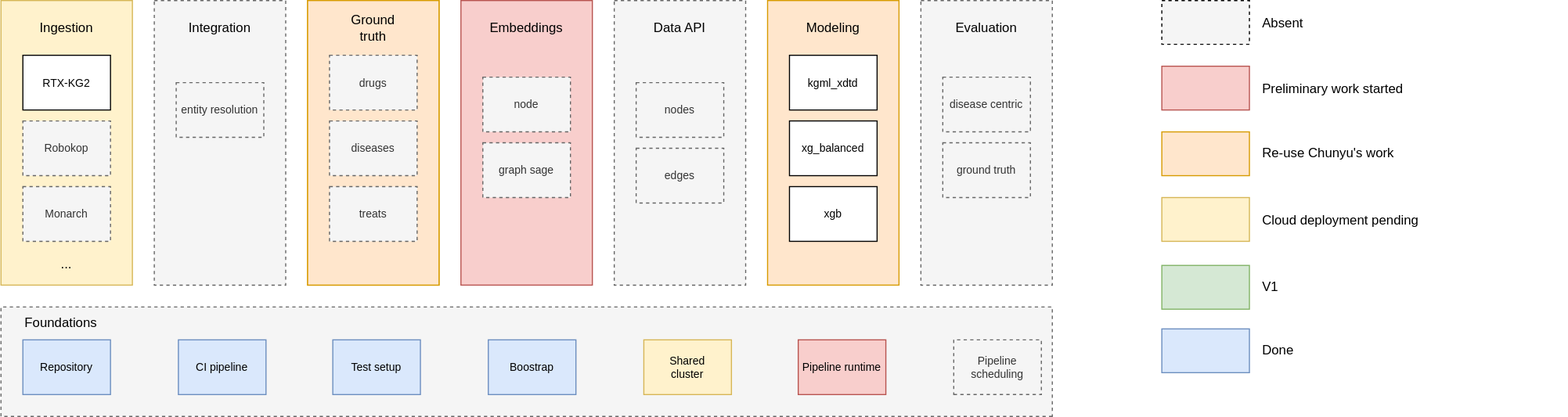
Before: docs/src/assets/img/status.drawio.svg, a diagram exported from draw.io (everycure-org/matrix). Source tidied: cells renumbered, new cells last; positions are measured from the earlier drawing's top-left corner, leaving out a move shared by most shapes.
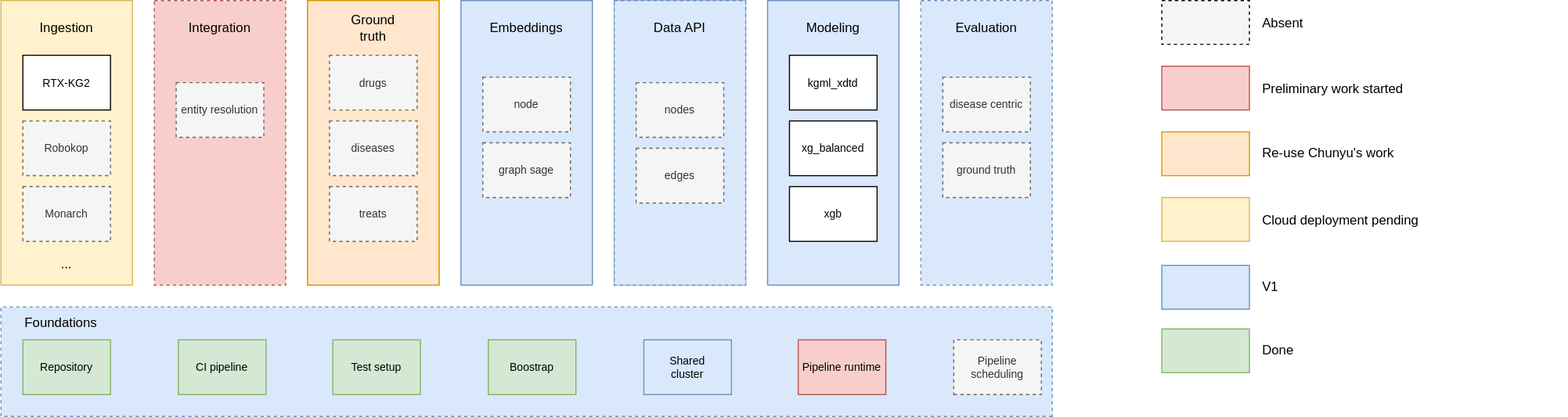
The same diagram one commit later.

Commit message:
updated status drawing

Change to the diagram source:
```diff
@@ -2,7 +2,7 @@
   <root>
     <mxCell id="0" />
     <mxCell id="1" parent="0" />
-    <mxCell id="2" style="rounded=0;whiteSpace=wrap;html=1;fillColor=#f5f5f5;strokeColor=#666666;flipH=1;flipV=1;fontColor=#333333;dashed=1;" parent="1" vertex="1">
+    <mxCell id="2" style="rounded=0;whiteSpace=wrap;html=1;fillColor=#dae8fc;strokeColor=#6c8ebf;flipH=1;flipV=1;dashed=1;" parent="1" vertex="1">
       <mxGeometry y="280" width="960" height="100" as="geometry" />
     </mxCell>
     <mxCell id="3" style="rounded=0;whiteSpace=wrap;html=1;fillColor=#fff2cc;strokeColor=#d6b656;" parent="1" vertex="1">
@@ -23,25 +23,25 @@
     <mxCell id="8" value="Monarch" style="rounded=0;whiteSpace=wrap;html=1;fillColor=#f5f5f5;strokeColor=#666666;fontColor=#333333;fontSize=10;dashed=1;" parent="1" vertex="1">
       <mxGeometry x="20" y="170" width="80" height="50" as="geometry" />
     </mxCell>
-    <mxCell id="9" style="rounded=0;whiteSpace=wrap;html=1;fillColor=#f5f5f5;fontColor=#333333;strokeColor=#666666;dashed=1;" parent="1" vertex="1">
+    <mxCell id="9" style="rounded=0;whiteSpace=wrap;html=1;fillColor=#f8cecc;strokeColor=#b85450;dashed=1;" parent="1" vertex="1">
       <mxGeometry x="140" width="120" height="260" as="geometry" />
     </mxCell>
     <mxCell id="10" value="Integration" style="text;html=1;align=center;verticalAlign=middle;whiteSpace=wrap;rounded=0;" parent="1" vertex="1">
       <mxGeometry x="170" y="10" width="60" height="30" as="geometry" />
     </mxCell>
-    <mxCell id="11" style="rounded=0;whiteSpace=wrap;html=1;fillColor=#f8cecc;strokeColor=#b85450;" parent="1" vertex="1">
+    <mxCell id="11" style="rounded=0;whiteSpace=wrap;html=1;fillColor=#dae8fc;strokeColor=#6c8ebf;" parent="1" vertex="1">
       <mxGeometry x="420" width="120" height="260" as="geometry" />
     </mxCell>
     <mxCell id="12" value="Embeddings" style="text;html=1;align=center;verticalAlign=middle;whiteSpace=wrap;rounded=0;" parent="1" vertex="1">
       <mxGeometry x="450" y="10" width="60" height="30" as="geometry" />
     </mxCell>
-    <mxCell id="13" style="rounded=0;whiteSpace=wrap;html=1;fillColor=#ffe6cc;strokeColor=#d79b00;" parent="1" vertex="1">
+    <mxCell id="13" style="rounded=0;whiteSpace=wrap;html=1;fillColor=#dae8fc;strokeColor=#6c8ebf;" parent="1" vertex="1">
       <mxGeometry x="700" width="120" height="260" as="geometry" />
     </mxCell>
     <mxCell id="14" value="Modeling" style="text;html=1;align=center;verticalAlign=middle;whiteSpace=wrap;rounded=0;" parent="1" vertex="1">
       <mxGeometry x="730" y="10" width="60" height="30" as="geometry" />
     </mxCell>
-    <mxCell id="15" style="rounded=0;whiteSpace=wrap;html=1;fillColor=#f5f5f5;fontColor=#333333;strokeColor=#666666;dashed=1;" parent="1" vertex="1">
+    <mxCell id="15" style="rounded=0;whiteSpace=wrap;html=1;fillColor=#dae8fc;strokeColor=#6c8ebf;dashed=1;" parent="1" vertex="1">
       <mxGeometry x="840" width="120" height="260" as="geometry" />
     </mxCell>
     <mxCell id="16" value="Evaluation" style="text;html=1;align=center;verticalAlign=middle;whiteSpace=wrap;rounded=0;" parent="1" vertex="1">
@@ -86,7 +86,7 @@
     <mxCell id="29" value="ground truth" style="rounded=0;whiteSpace=wrap;html=1;fillColor=#f5f5f5;strokeColor=#666666;fontColor=#333333;fontSize=10;dashed=1;" parent="1" vertex="1">
       <mxGeometry x="860" y="130" width="80" height="50" as="geometry" />
     </mxCell>
-    <mxCell id="30" style="rounded=0;whiteSpace=wrap;html=1;fillColor=#d5e8d4;strokeColor=#82b366;" parent="1" vertex="1">
+    <mxCell id="30" style="rounded=0;whiteSpace=wrap;html=1;fillColor=#dae8fc;strokeColor=#6c8ebf;" parent="1" vertex="1">
       <mxGeometry x="1060" y="242" width="80" height="40" as="geometry" />
     </mxCell>
     <mxCell id="31" value="V1&amp;nbsp;" style="text;html=1;align=left;verticalAlign=middle;whiteSpace=wrap;rounded=0;" parent="1" vertex="1">
@@ -101,10 +101,10 @@
     <mxCell id="34" value="Absent" style="text;html=1;align=left;verticalAlign=middle;whiteSpace=wrap;rounded=0;" parent="1" vertex="1">
       <mxGeometry x="1150" y="6" width="112" height="30" as="geometry" />
     </mxCell>
-    <mxCell id="35" value="Boostrap" style="rounded=0;whiteSpace=wrap;html=1;fontSize=10;flipH=0;flipV=1;fillColor=#dae8fc;strokeColor=#6c8ebf;" parent="1" vertex="1">
+    <mxCell id="35" value="Boostrap" style="rounded=0;whiteSpace=wrap;html=1;fontSize=10;flipH=0;flipV=1;fillColor=#d5e8d4;strokeColor=#82b366;" parent="1" vertex="1">
       <mxGeometry x="445" y="310" width="80" height="50" as="geometry" />
     </mxCell>
-    <mxCell id="36" value="Shared&amp;nbsp;&lt;div&gt;cluster&lt;/div&gt;" style="rounded=0;whiteSpace=wrap;html=1;fontSize=10;flipH=0;flipV=1;fillColor=#fff2cc;strokeColor=#d6b656;" parent="1" vertex="1">
+    <mxCell id="36" value="Shared&amp;nbsp;&lt;div&gt;cluster&lt;/div&gt;" style="rounded=0;whiteSpace=wrap;html=1;fontSize=10;flipH=0;flipV=1;fillColor=#dae8fc;strokeColor=#6c8ebf;" parent="1" vertex="1">
       <mxGeometry x="587" y="310" width="80" height="50" as="geometry" />
     </mxCell>
     <mxCell id="37" value="Pipeline runtime" style="rounded=0;whiteSpace=wrap;html=1;fontSize=10;flipH=0;flipV=1;fillColor=#f8cecc;strokeColor=#b85450;" parent="1" vertex="1">
@@ -116,34 +116,22 @@
     <mxCell id="39" value="Foundations" style="text;html=1;align=center;verticalAlign=middle;whiteSpace=wrap;rounded=0;" parent="1" vertex="1">
       <mxGeometry x="10" y="280" width="90" height="30" as="geometry" />
     </mxCell>
-    <mxCell id="40" value="Repository" style="rounded=0;whiteSpace=wrap;html=1;fontSize=10;flipH=0;flipV=1;fillColor=#dae8fc;strokeColor=#6c8ebf;" parent="1" vertex="1">
+    <mxCell id="40" value="Repository" style="rounded=0;whiteSpace=wrap;html=1;fontSize=10;flipH=0;flipV=1;fillColor=#d5e8d4;strokeColor=#82b366;" parent="1" vertex="1">
       <mxGeometry x="20" y="310" width="80" height="50" as="geometry" />
     </mxCell>
-    <mxCell id="41" value="CI pipeline" style="rounded=0;whiteSpace=wrap;html=1;fontSize=10;flipH=0;flipV=1;fillColor=#dae8fc;strokeColor=#6c8ebf;" parent="1" vertex="1">
+    <mxCell id="41" value="CI pipeline" style="rounded=0;whiteSpace=wrap;html=1;fontSize=10;flipH=0;flipV=1;fillColor=#d5e8d4;strokeColor=#82b366;" parent="1" vertex="1">
       <mxGeometry x="162" y="310" width="80" height="50" as="geometry" />
     </mxCell>
-    <mxCell id="42" value="Test setup" style="rounded=0;whiteSpace=wrap;html=1;fontSize=10;flipH=0;flipV=1;fillColor=#dae8fc;strokeColor=#6c8ebf;" parent="1" vertex="1">
+    <mxCell id="42" value="Test setup" style="rounded=0;whiteSpace=wrap;html=1;fontSize=10;flipH=0;flipV=1;fillColor=#d5e8d4;strokeColor=#82b366;" parent="1" vertex="1">
       <mxGeometry x="303" y="310" width="80" height="50" as="geometry" />
     </mxCell>
-    <mxCell id="43" style="group;" parent="1" vertex="1">
+    <mxCell id="43" style="group;fillColor=#dae8fc;strokeColor=#6c8ebf;" parent="1" vertex="1">
       <mxGeometry x="560" width="120" height="260" as="geometry" />
     </mxCell>
-    <mxCell id="44" style="rounded=0;whiteSpace=wrap;html=1;fillColor=#f5f5f5;fontColor=#333333;strokeColor=#666666;dashed=1;" parent="43" vertex="1">
-      <mxGeometry width="120" height="260" as="geometry" />
-    </mxCell>
-    <mxCell id="45" value="Data API" style="text;html=1;align=center;verticalAlign=middle;whiteSpace=wrap;rounded=0;" parent="43" vertex="1">
-      <mxGeometry x="30" y="10" width="60" height="30" as="geometry" />
-    </mxCell>
-    <mxCell id="46" value="nodes" style="rounded=0;whiteSpace=wrap;html=1;fillColor=#f5f5f5;strokeColor=#666666;fontColor=#333333;fontSize=10;dashed=1;" parent="43" vertex="1">
-      <mxGeometry x="20" y="75" width="80" height="50" as="geometry" />
-    </mxCell>
-    <mxCell id="47" value="edges" style="rounded=0;whiteSpace=wrap;html=1;fillColor=#f5f5f5;strokeColor=#666666;fontColor=#333333;fontSize=10;dashed=1;" parent="43" vertex="1">
-      <mxGeometry x="20" y="135" width="80" height="50" as="geometry" />
-    </mxCell>
     <mxCell id="48" style="group;fillColor=default;strokeColor=#d79b00;" parent="1" vertex="1">
       <mxGeometry x="280" width="120" height="260" as="geometry" />
     </mxCell>
-    <mxCell id="49" style="rounded=0;whiteSpace=wrap;html=1;fillColor=#dae8fc;strokeColor=#6c8ebf;" parent="1" vertex="1">
+    <mxCell id="49" style="rounded=0;whiteSpace=wrap;html=1;fillColor=#d5e8d4;strokeColor=#82b366;" parent="1" vertex="1">
       <mxGeometry x="1060" y="300" width="80" height="40" as="geometry" />
     </mxCell>
     <mxCell id="50" value="Done" style="text;html=1;align=left;verticalAlign=middle;whiteSpace=wrap;rounded=0;" parent="1" vertex="1">
@@ -164,5 +152,17 @@
     <mxCell id="55" value="diseases" style="rounded=0;whiteSpace=wrap;html=1;fillColor=#f5f5f5;strokeColor=#666666;fontColor=#333333;fontSize=10;dashed=1;" parent="1" vertex="1">
       <mxGeometry x="300" y="110" width="80" height="50" as="geometry" />
     </mxCell>
+    <mxCell id="44" style="rounded=0;whiteSpace=wrap;html=1;fillColor=#dae8fc;strokeColor=#6c8ebf;dashed=1;" parent="1" vertex="1">
+      <mxGeometry x="560" width="120" height="260" as="geometry" />
+    </mxCell>
+    <mxCell id="45" value="Data API" style="text;html=1;align=center;verticalAlign=middle;whiteSpace=wrap;rounded=0;" parent="1" vertex="1">
+      <mxGeometry x="590" y="10" width="60" height="30" as="geometry" />
+    </mxCell>
+    <mxCell id="46" value="nodes" style="rounded=0;whiteSpace=wrap;html=1;fillColor=#f5f5f5;strokeColor=#666666;fontColor=#333333;fontSize=10;dashed=1;" parent="1" vertex="1">
+      <mxGeometry x="580" y="75" width="80" height="50" as="geometry" />
+    </mxCell>
+    <mxCell id="47" value="edges" style="rounded=0;whiteSpace=wrap;html=1;fillColor=#f5f5f5;strokeColor=#666666;fontColor=#333333;fontSize=10;dashed=1;" parent="1" vertex="1">
+      <mxGeometry x="580" y="135" width="80" height="50" as="geometry" />
+    </mxCell>
   </root>
 </mxGraphModel>
```
